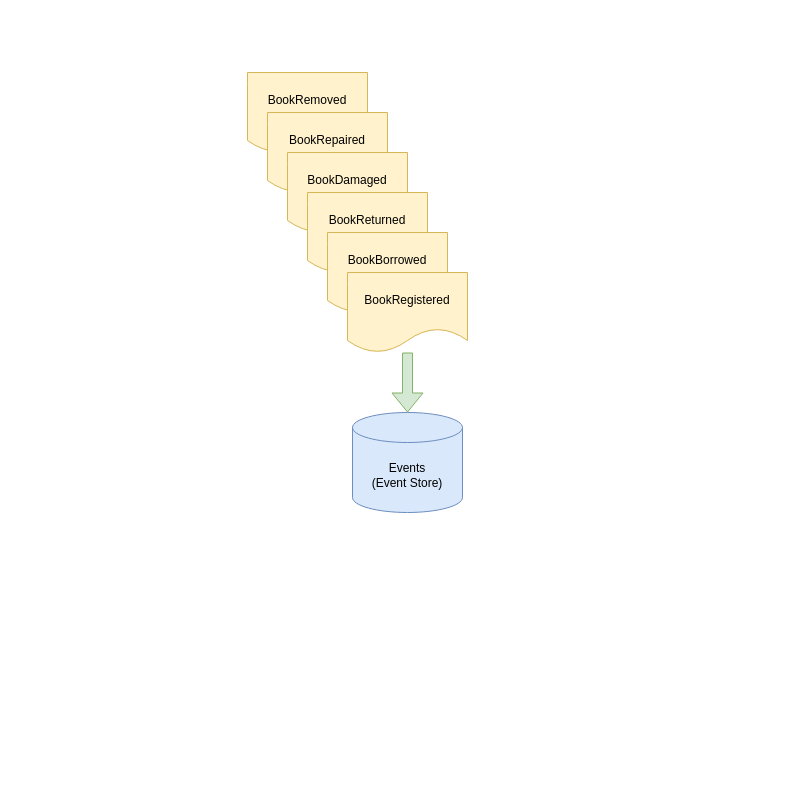
Earlier version of the draw.io diagram page "Event-Sourcing" (1 of 3) of doc/drawio/es-cqrs-sample.drawio (byteleaf/es-cqrs-sample). Source tidied: cells renumbered, new cells numbered last; positions are measured from the earlier drawing's top-left corner, leaving out a move shared by most shapes. Both pictures are drawn from the tidied source at 100%, with x=0, y=0 at pixel (112, 17).
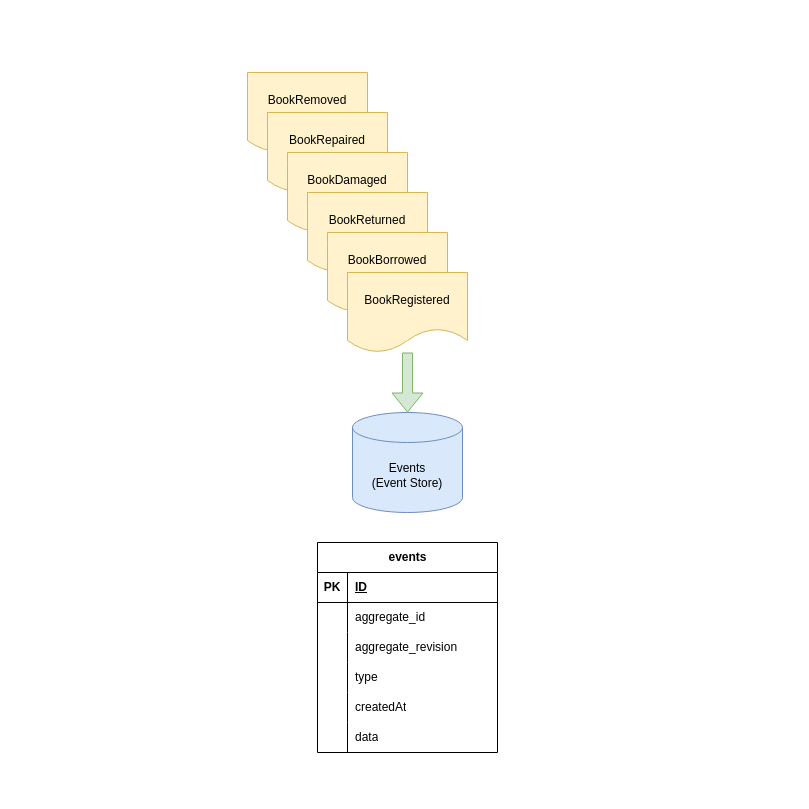
The same page after the edit.

What changed in the source:
```diff
@@
     <mxCell id="2" style="whiteSpace=wrap;html=1;strokeColor=none;" parent="1" vertex="1">
-      <mxGeometry width="510" height="510" as="geometry" />
+      <mxGeometry x="-95" width="775" height="775" as="geometry" />
     </mxCell>
@@
+    <mxCell id="11" style="shape=partialRectangle;fillColor=none;top=0;left=0;bottom=0;right=0;overflow=hidden;whiteSpace=wrap;html=1;" parent="1" vertex="1">
+      <mxGeometry x="205" y="685" width="30" height="30" as="geometry" />
+    </mxCell>
+    <mxCell id="12" value="events" style="shape=table;startSize=30;childLayout=tableLayout;rowLines=0;fontStyle=1;align=center;html=1;columnLines=1;shadow=0;absoluteArcSize=0;arcSize=15;" parent="1" vertex="1">
+      <mxGeometry x="205" y="525" width="180" height="210" as="geometry" />
+    </mxCell>
+    <mxCell id="13" style="shape=tableRow;horizontal=0;startSize=0;swimlaneHead=0;swimlaneBody=0;fillColor=none;top=0;left=0;right=0;bottom=1;" parent="12" vertex="1">
+      <mxGeometry y="30" width="180" height="30" as="geometry" />
+    </mxCell>
+    <mxCell id="14" value="PK" style="shape=partialRectangle;fillColor=none;top=0;left=0;bottom=0;right=0;fontStyle=1;overflow=hidden;whiteSpace=wrap;html=1;" parent="13" vertex="1">
+      <mxGeometry width="30" height="30" as="geometry" />
+    </mxCell>
+    <mxCell id="15" value="ID" style="shape=partialRectangle;fillColor=none;top=0;left=0;bottom=0;right=0;align=left;spacingLeft=6;fontStyle=5;overflow=hidden;whiteSpace=wrap;html=1;" parent="13" vertex="1">
+      <mxGeometry x="30" width="150" height="30" as="geometry" />
+    </mxCell>
+    <mxCell id="16" style="shape=tableRow;horizontal=0;startSize=0;swimlaneHead=0;swimlaneBody=0;fillColor=none;top=0;left=0;right=0;bottom=0;" parent="12" vertex="1">
+      <mxGeometry y="60" width="180" height="30" as="geometry" />
+    </mxCell>
+    <mxCell id="17" style="shape=partialRectangle;fillColor=none;top=0;left=0;bottom=0;right=0;overflow=hidden;whiteSpace=wrap;html=1;" parent="16" vertex="1">
+      <mxGeometry width="30" height="30" as="geometry" />
+    </mxCell>
+    <mxCell id="18" value="aggregate_id" style="shape=partialRectangle;fillColor=none;top=0;left=0;bottom=0;right=0;align=left;spacingLeft=6;overflow=hidden;whiteSpace=wrap;html=1;" parent="16" vertex="1">
+      <mxGeometry x="30" width="150" height="30" as="geometry" />
+    </mxCell>
+    <mxCell id="19" style="shape=tableRow;horizontal=0;startSize=0;swimlaneHead=0;swimlaneBody=0;fillColor=none;top=0;left=0;right=0;bottom=0;" parent="12" vertex="1">
+      <mxGeometry y="90" width="180" height="30" as="geometry" />
+    </mxCell>
+    <mxCell id="20" style="shape=partialRectangle;fillColor=none;top=0;left=0;bottom=0;right=0;overflow=hidden;whiteSpace=wrap;html=1;" parent="19" vertex="1">
+      <mxGeometry width="30" height="30" as="geometry" />
+    </mxCell>
+    <mxCell id="21" value="aggregate_revision" style="shape=partialRectangle;fillColor=none;top=0;left=0;bottom=0;right=0;align=left;spacingLeft=6;overflow=hidden;whiteSpace=wrap;html=1;" parent="19" vertex="1">
+      <mxGeometry x="30" width="150" height="30" as="geometry" />
+    </mxCell>
+    <mxCell id="22" style="shape=tableRow;horizontal=0;startSize=0;swimlaneHead=0;swimlaneBody=0;fillColor=none;top=0;left=0;right=0;bottom=0;" parent="12" vertex="1">
+      <mxGeometry y="120" width="180" height="30" as="geometry" />
+    </mxCell>
+    <mxCell id="23" style="shape=partialRectangle;fillColor=none;top=0;left=0;bottom=0;right=0;overflow=hidden;whiteSpace=wrap;html=1;" parent="22" vertex="1">
+      <mxGeometry width="30" height="30" as="geometry" />
+    </mxCell>
+    <mxCell id="24" value="type" style="shape=partialRectangle;fillColor=none;top=0;left=0;bottom=0;right=0;align=left;spacingLeft=6;overflow=hidden;whiteSpace=wrap;html=1;" parent="22" vertex="1">
+      <mxGeometry x="30" width="150" height="30" as="geometry" />
+    </mxCell>
+    <mxCell id="25" style="shape=tableRow;horizontal=0;startSize=0;swimlaneHead=0;swimlaneBody=0;fillColor=none;top=0;left=0;right=0;bottom=0;" parent="12" vertex="1">
+      <mxGeometry y="150" width="180" height="30" as="geometry" />
+    </mxCell>
+    <mxCell id="26" style="shape=partialRectangle;fillColor=none;top=0;left=0;bottom=0;right=0;overflow=hidden;whiteSpace=wrap;html=1;" parent="25" vertex="1">
+      <mxGeometry width="30" height="30" as="geometry" />
+    </mxCell>
+    <mxCell id="27" value="createdAt" style="shape=partialRectangle;fillColor=none;top=0;left=0;bottom=0;right=0;align=left;spacingLeft=6;overflow=hidden;whiteSpace=wrap;html=1;" parent="25" vertex="1">
+      <mxGeometry x="30" width="150" height="30" as="geometry" />
+    </mxCell>
+    <mxCell id="28" style="shape=tableRow;horizontal=0;startSize=0;swimlaneHead=0;swimlaneBody=0;fillColor=none;top=0;left=0;right=0;bottom=0;" parent="12" vertex="1">
+      <mxGeometry y="180" width="180" height="30" as="geometry" />
+    </mxCell>
+    <mxCell id="29" style="shape=partialRectangle;fillColor=none;top=0;left=0;bottom=0;right=0;overflow=hidden;whiteSpace=wrap;html=1;" parent="28" vertex="1">
+      <mxGeometry width="30" height="30" as="geometry" />
+    </mxCell>
+    <mxCell id="30" value="data" style="shape=partialRectangle;fillColor=none;top=0;left=0;bottom=0;right=0;align=left;spacingLeft=6;overflow=hidden;whiteSpace=wrap;html=1;" parent="28" vertex="1">
+      <mxGeometry x="30" width="150" height="30" as="geometry" />
+    </mxCell>
```
